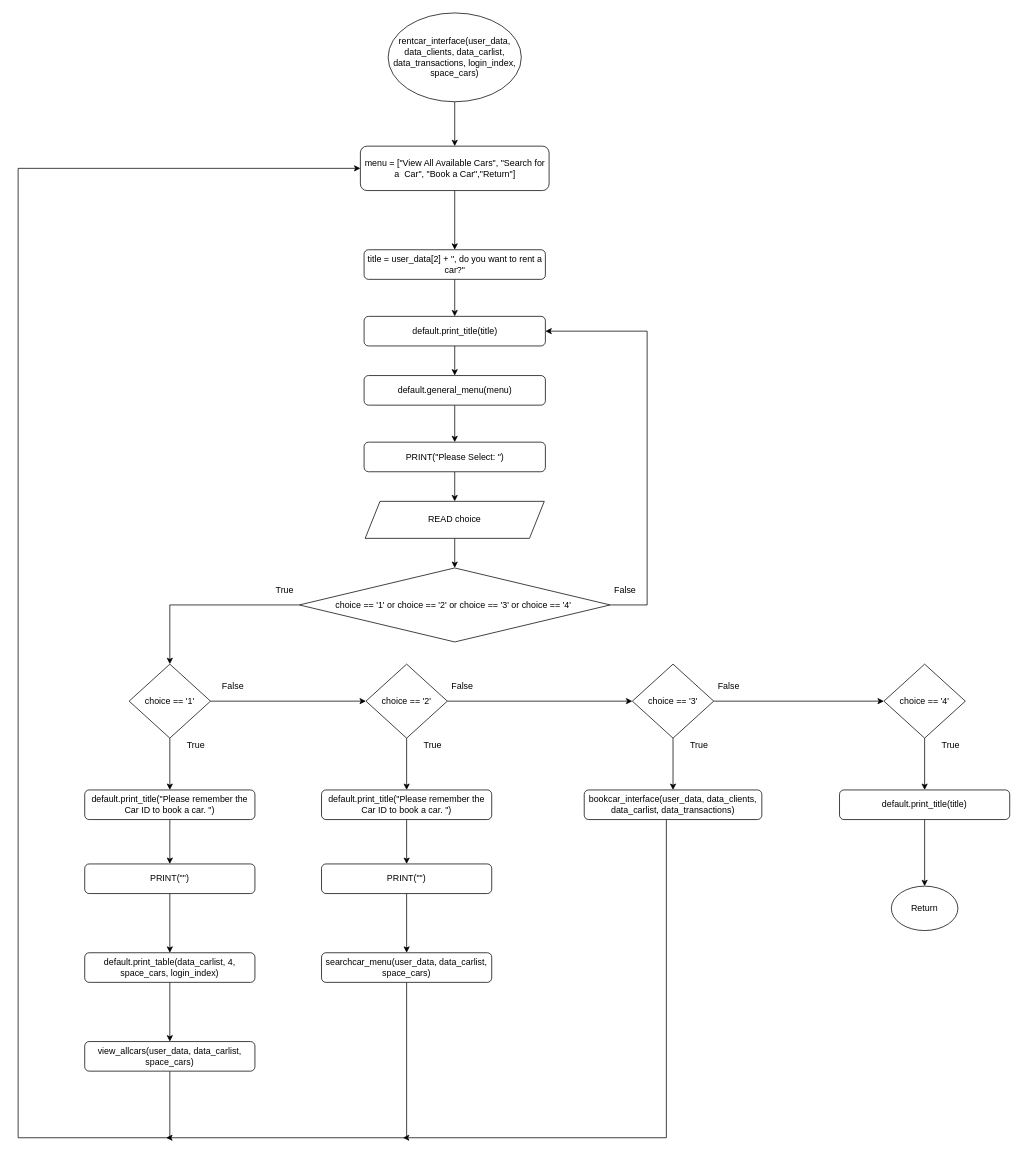
The draw.io diagram Flowchart/clients/rentcar_interface.drawio in RabbitBear00/Car-Rental-System, before the edit. Source tidied: cells renumbered, new cells numbered last; positions are measured from the earlier drawing's top-left corner, leaving out a move shared by most shapes. Both pictures are drawn from the tidied source at 74%, with x=0, y=0 at pixel (18, 13).
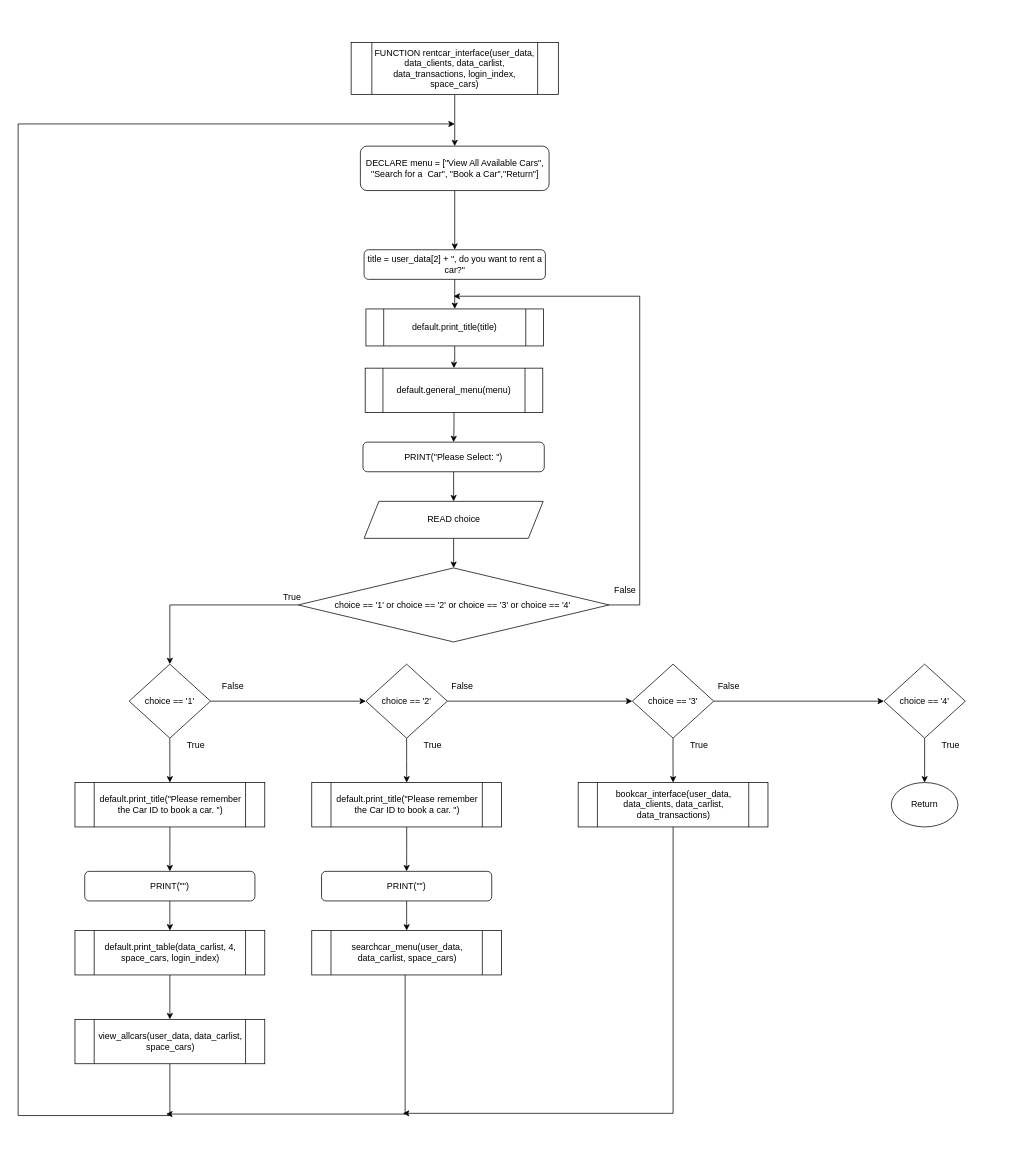
The same page after the edit.

The change refers to these unchanged cells:
```xml
<mxCell id="7" value="title = user_data[2] + &quot;, do you want to rent a car?&quot;" style="rounded=1;whiteSpace=wrap;html=1;" parent="1" vertex="1">
  <mxGeometry x="467.5" y="320" width="245" height="40" as="geometry" />
</mxCell>
<mxCell id="21" value="choice == '1'" style="rhombus;whiteSpace=wrap;html=1;" parent="1" vertex="1">
  <mxGeometry x="150" y="880" width="110" height="100" as="geometry" />
</mxCell>
<mxCell id="24" value="choice == '2'" style="rhombus;whiteSpace=wrap;html=1;" parent="1" vertex="1">
  <mxGeometry x="470" y="880" width="110" height="100" as="geometry" />
</mxCell>
<mxCell id="27" value="choice == '3'" style="rhombus;whiteSpace=wrap;html=1;" parent="1" vertex="1">
  <mxGeometry x="830" y="880" width="110" height="100" as="geometry" />
</mxCell>
<mxCell id="29" value="choice == '4'" style="rhombus;whiteSpace=wrap;html=1;" parent="1" vertex="1">
  <mxGeometry x="1170" y="880" width="110" height="100" as="geometry" />
</mxCell>
```

The edit, as a diff of the source:
```diff
@@
-    <mxCell id="2" style="edgeStyle=orthogonalEdgeStyle;rounded=0;jettySize=auto;html=1;" parent="1" edge="1" source="3" target="5">
-      <mxGeometry relative="1" as="geometry" />
-    </mxCell>
-    <mxCell id="3" value="rentcar_interface(user_data, data_clients, data_carlist, data_transactions, login_index, space_cars)" style="ellipse;whiteSpace=wrap;html=1;" parent="1" vertex="1">
-      <mxGeometry x="500" width="180" height="120" as="geometry" />
-    </mxCell>
@@
-    <mxCell id="5" value="menu = [&quot;View All Available Cars&quot;, &quot;Search for a  Car&quot;, &quot;Book a Car&quot;,&quot;Return&quot;]" style="rounded=1;whiteSpace=wrap;html=1;" parent="1" vertex="1">
+    <mxCell id="5" value="DECLARE menu = [&quot;View All Available Cars&quot;, &quot;Search for a  Car&quot;, &quot;Book a Car&quot;,&quot;Return&quot;]" style="rounded=1;whiteSpace=wrap;html=1;" parent="1" vertex="1">
       <mxGeometry x="462.5" y="180" width="255" height="60" as="geometry" />
     </mxCell>
-    <mxCell id="6" style="edgeStyle=orthogonalEdgeStyle;rounded=0;jettySize=auto;html=1;" parent="1" edge="1" source="7" target="12">
-      <mxGeometry relative="1" as="geometry" />
-    </mxCell>
+    <mxCell id="58" style="edgeStyle=orthogonalEdgeStyle;rounded=0;jettySize=auto;html=1;endArrow=classic;endFill=1;" parent="1" edge="1" source="7" target="64">
+      <mxGeometry relative="1" as="geometry" />
+    </mxCell>
@@
-    <mxCell id="9" style="edgeStyle=orthogonalEdgeStyle;rounded=0;jettySize=auto;html=1;entryX=1;entryY=0.5;entryDx=0;entryDy=0;" parent="1" edge="1" source="10" target="12">
-      <mxGeometry relative="1" as="geometry">
-        <Array as="points">
-          <mxPoint x="850" y="800" />
-          <mxPoint x="850" y="430" />
-        </Array>
-      </mxGeometry>
-    </mxCell>
+    <mxCell id="59" style="edgeStyle=orthogonalEdgeStyle;rounded=0;jettySize=auto;html=1;endArrow=classic;endFill=1;" parent="1" edge="1" source="10">
+      <mxGeometry relative="1" as="geometry">
+        <mxPoint x="588.5" y="382.8" as="targetPoint" />
+        <Array as="points">
+          <mxPoint x="840" y="800" />
+          <mxPoint x="840" y="383" />
+        </Array>
+      </mxGeometry>
+    </mxCell>
     <mxCell id="10" value="choice == '1' or choice == '2' or choice == '3' or choice == '4'&amp;nbsp;" style="rhombus;whiteSpace=wrap;html=1;" parent="1" vertex="1">
-      <mxGeometry x="380" y="750" width="420" height="100" as="geometry" />
+      <mxGeometry x="378.5" y="750" width="420" height="100" as="geometry" />
     </mxCell>
-    <mxCell id="11" style="edgeStyle=orthogonalEdgeStyle;rounded=0;jettySize=auto;html=1;" parent="1" edge="1" source="12" target="14">
-      <mxGeometry relative="1" as="geometry" />
-    </mxCell>
-    <mxCell id="12" value="default.print_title(title)" style="rounded=1;whiteSpace=wrap;html=1;" parent="1" vertex="1">
-      <mxGeometry x="467.5" y="410" width="245" height="40" as="geometry" />
-    </mxCell>
-    <mxCell id="13" style="edgeStyle=orthogonalEdgeStyle;rounded=0;jettySize=auto;html=1;" parent="1" edge="1" source="14" target="16">
-      <mxGeometry relative="1" as="geometry" />
-    </mxCell>
-    <mxCell id="14" value="default.general_menu(menu)" style="rounded=1;whiteSpace=wrap;html=1;" parent="1" vertex="1">
-      <mxGeometry x="467.5" y="490" width="245" height="40" as="geometry" />
-    </mxCell>
@@
     <mxCell id="16" value="PRINT(&quot;Please Select: &quot;)" style="rounded=1;whiteSpace=wrap;html=1;" parent="1" vertex="1">
-      <mxGeometry x="467.5" y="580" width="245" height="40" as="geometry" />
+      <mxGeometry x="466" y="580" width="245" height="40" as="geometry" />
     </mxCell>
@@
     <mxCell id="18" value="READ choice" style="shape=parallelogram;perimeter=parallelogramPerimeter;whiteSpace=wrap;html=1;fixedSize=1;" parent="1" vertex="1">
-      <mxGeometry x="469" y="660" width="242" height="50" as="geometry" />
+      <mxGeometry x="467.5" y="660" width="242" height="50" as="geometry" />
     </mxCell>
@@
-    <mxCell id="20" style="edgeStyle=orthogonalEdgeStyle;rounded=0;jettySize=auto;html=1;" parent="1" edge="1" source="21" target="31">
-      <mxGeometry relative="1" as="geometry" />
-    </mxCell>
+    <mxCell id="60" style="edgeStyle=orthogonalEdgeStyle;rounded=0;jettySize=auto;html=1;endArrow=classic;endFill=1;" parent="1" edge="1" source="21" target="66">
+      <mxGeometry relative="1" as="geometry" />
+    </mxCell>
@@
-    <mxCell id="23" style="edgeStyle=orthogonalEdgeStyle;rounded=0;jettySize=auto;html=1;" parent="1" edge="1" source="24" target="33">
-      <mxGeometry relative="1" as="geometry" />
-    </mxCell>
+    <mxCell id="61" style="edgeStyle=orthogonalEdgeStyle;rounded=0;jettySize=auto;html=1;endArrow=classic;endFill=1;" parent="1" edge="1" source="24" target="71">
+      <mxGeometry relative="1" as="geometry" />
+    </mxCell>
@@
-    <mxCell id="26" style="edgeStyle=orthogonalEdgeStyle;rounded=0;jettySize=auto;html=1;" parent="1" edge="1" source="27" target="35">
+    <mxCell id="26" style="edgeStyle=orthogonalEdgeStyle;rounded=0;jettySize=auto;html=1;endArrow=classic;endFill=1;" parent="1" edge="1" source="27" target="35">
       <mxGeometry relative="1" as="geometry" />
     </mxCell>
@@
-    <mxCell id="28" style="edgeStyle=orthogonalEdgeStyle;rounded=0;jettySize=auto;html=1;" parent="1" edge="1" source="29" target="37">
-      <mxGeometry relative="1" as="geometry" />
-    </mxCell>
+    <mxCell id="62" style="edgeStyle=orthogonalEdgeStyle;rounded=0;jettySize=auto;html=1;endArrow=classic;endFill=1;" parent="1" edge="1" source="29" target="57">
+      <mxGeometry relative="1" as="geometry" />
+    </mxCell>
@@
-    <mxCell id="30" style="edgeStyle=orthogonalEdgeStyle;rounded=0;jettySize=auto;html=1;" parent="1" edge="1" source="31" target="39">
-      <mxGeometry relative="1" as="geometry" />
-    </mxCell>
-    <mxCell id="31" value="default.print_title(&quot;Please remember the Car ID to book a car. &quot;)" style="rounded=1;whiteSpace=wrap;html=1;" parent="1" vertex="1">
-      <mxGeometry x="90" y="1050" width="230" height="40" as="geometry" />
-    </mxCell>
-    <mxCell id="32" style="edgeStyle=orthogonalEdgeStyle;rounded=0;jettySize=auto;html=1;" parent="1" edge="1" source="33" target="41">
-      <mxGeometry relative="1" as="geometry" />
-    </mxCell>
-    <mxCell id="33" value="default.print_title(&quot;Please remember the Car ID to book a car. &quot;)" style="rounded=1;whiteSpace=wrap;html=1;" parent="1" vertex="1">
-      <mxGeometry x="410" y="1050" width="230" height="40" as="geometry" />
-    </mxCell>
-    <mxCell id="34" style="edgeStyle=orthogonalEdgeStyle;rounded=0;orthogonalLoop=1;jettySize=auto;html=1;" parent="1" edge="1">
-      <mxGeometry relative="1" as="geometry">
-        <mxPoint x="876" y="1090" as="sourcePoint" />
-        <mxPoint x="520" y="1520" as="targetPoint" />
-        <Array as="points">
-          <mxPoint x="876" y="1520" />
-        </Array>
-      </mxGeometry>
-    </mxCell>
-    <mxCell id="35" value="bookcar_interface(user_data, data_clients, data_carlist, data_transactions)" style="rounded=1;whiteSpace=wrap;html=1;" parent="1" vertex="1">
-      <mxGeometry x="765" y="1050" width="240" height="40" as="geometry" />
-    </mxCell>
-    <mxCell id="36" style="edgeStyle=orthogonalEdgeStyle;rounded=0;jettySize=auto;html=1;entryX=0.5;entryY=0;entryDx=0;entryDy=0;" parent="1" edge="1" source="37" target="57">
-      <mxGeometry relative="1" as="geometry" />
-    </mxCell>
-    <mxCell id="37" value="default.print_title(title)" style="rounded=1;whiteSpace=wrap;html=1;" parent="1" vertex="1">
-      <mxGeometry x="1110" y="1050" width="230" height="40" as="geometry" />
-    </mxCell>
-    <mxCell id="38" style="edgeStyle=orthogonalEdgeStyle;rounded=0;jettySize=auto;html=1;" parent="1" edge="1" source="39" target="43">
-      <mxGeometry relative="1" as="geometry" />
-    </mxCell>
-    <mxCell id="39" value="PRINT(&quot;&quot;)" style="rounded=1;whiteSpace=wrap;html=1;" parent="1" vertex="1">
-      <mxGeometry x="90" y="1150" width="230" height="40" as="geometry" />
-    </mxCell>
-    <mxCell id="40" style="edgeStyle=orthogonalEdgeStyle;rounded=0;jettySize=auto;html=1;" parent="1" edge="1" source="41" target="47">
-      <mxGeometry relative="1" as="geometry" />
-    </mxCell>
-    <mxCell id="41" value="PRINT(&quot;&quot;)" style="rounded=1;whiteSpace=wrap;html=1;" parent="1" vertex="1">
-      <mxGeometry x="410" y="1150" width="230" height="40" as="geometry" />
-    </mxCell>
-    <mxCell id="42" style="edgeStyle=orthogonalEdgeStyle;rounded=0;jettySize=auto;html=1;" parent="1" edge="1" source="43" target="45">
-      <mxGeometry relative="1" as="geometry" />
-    </mxCell>
-    <mxCell id="43" value="default.print_table(data_carlist, 4, space_cars, login_index)" style="rounded=1;whiteSpace=wrap;html=1;" parent="1" vertex="1">
-      <mxGeometry x="90" y="1270" width="230" height="40" as="geometry" />
-    </mxCell>
-    <mxCell id="44" style="edgeStyle=orthogonalEdgeStyle;rounded=0;jettySize=auto;html=1;exitX=0.5;exitY=1;exitDx=0;exitDy=0;entryX=0;entryY=0.5;entryDx=0;entryDy=0;" parent="1" edge="1" source="45" target="5">
-      <mxGeometry relative="1" as="geometry">
-        <Array as="points">
-          <mxPoint x="205" y="1520" />
-          <mxPoint y="1520" />
-          <mxPoint y="210" />
-        </Array>
-      </mxGeometry>
-    </mxCell>
-    <mxCell id="45" value="view_allcars(user_data, data_carlist, space_cars)" style="rounded=1;whiteSpace=wrap;html=1;" parent="1" vertex="1">
-      <mxGeometry x="90" y="1390" width="230" height="40" as="geometry" />
-    </mxCell>
-    <mxCell id="46" style="edgeStyle=orthogonalEdgeStyle;rounded=0;jettySize=auto;html=1;" parent="1" edge="1" source="47">
-      <mxGeometry relative="1" as="geometry">
-        <mxPoint x="200" y="1520" as="targetPoint" />
-        <Array as="points">
-          <mxPoint x="525" y="1520" />
-        </Array>
-      </mxGeometry>
-    </mxCell>
-    <mxCell id="47" value="searchcar_menu(user_data, data_carlist, space_cars)" style="rounded=1;whiteSpace=wrap;html=1;" parent="1" vertex="1">
-      <mxGeometry x="410" y="1270" width="230" height="40" as="geometry" />
-    </mxCell>
@@
     <mxCell id="49" value="True" style="text;html=1;align=center;verticalAlign=middle;strokeColor=none;" parent="1" vertex="1">
-      <mxGeometry x="340" y="770" width="40" height="20" as="geometry" />
+      <mxGeometry x="350" y="780" width="40" height="20" as="geometry" />
     </mxCell>
@@
     <mxCell id="57" value="Return" style="ellipse;whiteSpace=wrap;html=1;" parent="1" vertex="1">
-      <mxGeometry x="1180" y="1180" width="90" height="60" as="geometry" />
+      <mxGeometry x="1180" y="1040" width="90" height="60" as="geometry" />
     </mxCell>
+    <mxCell id="63" style="edgeStyle=orthogonalEdgeStyle;rounded=0;jettySize=auto;html=1;endArrow=classic;endFill=1;" parent="1" edge="1" source="64" target="14">
+      <mxGeometry relative="1" as="geometry" />
+    </mxCell>
+    <mxCell id="64" value="default.print_title(title)" style="shape=process;whiteSpace=wrap;html=1;backgroundOutline=1;" parent="1" vertex="1">
+      <mxGeometry x="470" y="400" width="240" height="50" as="geometry" />
+    </mxCell>
+    <mxCell id="13" style="edgeStyle=orthogonalEdgeStyle;rounded=0;jettySize=auto;html=1;endArrow=classic;endFill=1;" parent="1" edge="1" source="14" target="16">
+      <mxGeometry relative="1" as="geometry" />
+    </mxCell>
+    <mxCell id="14" value="default.general_menu(menu)" style="shape=process;whiteSpace=wrap;html=1;backgroundOutline=1;" parent="1" vertex="1">
+      <mxGeometry x="469" y="480" width="240" height="60" as="geometry" />
+    </mxCell>
+    <mxCell id="65" style="edgeStyle=orthogonalEdgeStyle;rounded=0;jettySize=auto;html=1;endArrow=classic;endFill=1;" parent="1" edge="1" source="66" target="68">
+      <mxGeometry relative="1" as="geometry" />
+    </mxCell>
+    <mxCell id="66" value="default.print_title(&quot;Please remember the Car ID to book a car. &quot;)" style="shape=process;whiteSpace=wrap;html=1;backgroundOutline=1;" parent="1" vertex="1">
+      <mxGeometry x="76.8" y="1040" width="256.5" height="60" as="geometry" />
+    </mxCell>
+    <mxCell id="67" style="edgeStyle=orthogonalEdgeStyle;rounded=0;jettySize=auto;html=1;endArrow=classic;endFill=1;" parent="1" edge="1" source="68" target="43">
+      <mxGeometry relative="1" as="geometry" />
+    </mxCell>
+    <mxCell id="68" value="PRINT(&quot;&quot;)" style="rounded=1;whiteSpace=wrap;html=1;" parent="1" vertex="1">
+      <mxGeometry x="90" y="1160" width="230" height="40" as="geometry" />
+    </mxCell>
+    <mxCell id="42" style="edgeStyle=orthogonalEdgeStyle;rounded=0;jettySize=auto;html=1;endArrow=classic;endFill=1;" parent="1" edge="1" source="43" target="45">
+      <mxGeometry relative="1" as="geometry" />
+    </mxCell>
+    <mxCell id="43" value="default.print_table(data_carlist, 4, space_cars, login_index)" style="shape=process;whiteSpace=wrap;html=1;backgroundOutline=1;" parent="1" vertex="1">
+      <mxGeometry x="76.8" y="1240" width="256.5" height="60" as="geometry" />
+    </mxCell>
+    <mxCell id="69" style="edgeStyle=orthogonalEdgeStyle;rounded=0;jettySize=auto;html=1;endArrow=classic;endFill=1;exitX=0.5;exitY=1;exitDx=0;exitDy=0;" parent="1" edge="1" source="45">
+      <mxGeometry relative="1" as="geometry">
+        <mxPoint x="590" y="150" as="targetPoint" />
+        <Array as="points">
+          <mxPoint x="205" y="1490" />
+          <mxPoint y="1490" />
+          <mxPoint y="150" />
+        </Array>
+      </mxGeometry>
+    </mxCell>
+    <mxCell id="45" value="view_allcars(user_data, data_carlist, space_cars)" style="shape=process;whiteSpace=wrap;html=1;backgroundOutline=1;" parent="1" vertex="1">
+      <mxGeometry x="76.8" y="1360" width="256.5" height="60" as="geometry" />
+    </mxCell>
+    <mxCell id="70" style="edgeStyle=orthogonalEdgeStyle;rounded=0;jettySize=auto;html=1;endArrow=classic;endFill=1;" parent="1" edge="1" source="71" target="73">
+      <mxGeometry relative="1" as="geometry" />
+    </mxCell>
+    <mxCell id="71" value="default.print_title(&quot;Please remember the Car ID to book a car. &quot;)" style="shape=process;whiteSpace=wrap;html=1;backgroundOutline=1;" parent="1" vertex="1">
+      <mxGeometry x="396.8" y="1040" width="256.5" height="60" as="geometry" />
+    </mxCell>
+    <mxCell id="72" style="edgeStyle=orthogonalEdgeStyle;rounded=0;jettySize=auto;html=1;endArrow=classic;endFill=1;" parent="1" edge="1" source="73" target="47">
+      <mxGeometry relative="1" as="geometry" />
+    </mxCell>
+    <mxCell id="73" value="PRINT(&quot;&quot;)" style="rounded=1;whiteSpace=wrap;html=1;" parent="1" vertex="1">
+      <mxGeometry x="410" y="1160" width="230" height="40" as="geometry" />
+    </mxCell>
+    <mxCell id="74" style="edgeStyle=orthogonalEdgeStyle;rounded=0;orthogonalLoop=1;jettySize=auto;html=1;endArrow=classic;endFill=1;" parent="1" edge="1">
+      <mxGeometry relative="1" as="geometry">
+        <mxPoint x="523" y="1298" as="sourcePoint" />
+        <mxPoint x="200" y="1488" as="targetPoint" />
+        <Array as="points">
+          <mxPoint x="523" y="1488" />
+        </Array>
+      </mxGeometry>
+    </mxCell>
+    <mxCell id="47" value="searchcar_menu(user_data, data_carlist, space_cars)" style="shape=process;whiteSpace=wrap;html=1;backgroundOutline=1;" parent="1" vertex="1">
+      <mxGeometry x="396.8" y="1240" width="256.5" height="60" as="geometry" />
+    </mxCell>
+    <mxCell id="75" style="edgeStyle=orthogonalEdgeStyle;rounded=0;orthogonalLoop=1;jettySize=auto;html=1;endArrow=classic;endFill=1;" parent="1" edge="1">
+      <mxGeometry relative="1" as="geometry">
+        <mxPoint x="885.1" y="1097" as="sourcePoint" />
+        <mxPoint x="520" y="1487" as="targetPoint" />
+        <Array as="points">
+          <mxPoint x="885" y="1487" />
+        </Array>
+      </mxGeometry>
+    </mxCell>
+    <mxCell id="35" value="bookcar_interface(user_data, data_clients, data_carlist, data_transactions)" style="shape=process;whiteSpace=wrap;html=1;backgroundOutline=1;" parent="1" vertex="1">
+      <mxGeometry x="756.8" y="1040" width="256.5" height="60" as="geometry" />
+    </mxCell>
+    <mxCell id="76" style="edgeStyle=orthogonalEdgeStyle;rounded=0;jettySize=auto;html=1;endArrow=classic;endFill=1;" parent="1" edge="1" source="77" target="5">
+      <mxGeometry relative="1" as="geometry" />
+    </mxCell>
+    <mxCell id="77" value="FUNCTION rentcar_interface(user_data, data_clients, data_carlist, data_transactions, login_index, space_cars)" style="shape=process;whiteSpace=wrap;html=1;backgroundOutline=1;" parent="1" vertex="1">
+      <mxGeometry x="450" y="40" width="280" height="70" as="geometry" />
+    </mxCell>
```
